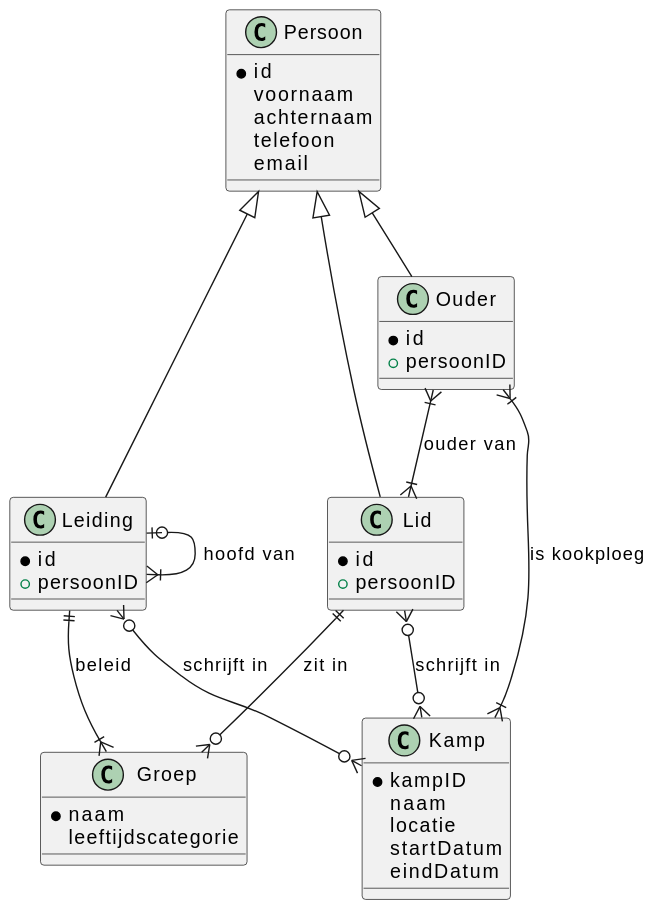
Earlier version of the PlantUML export images/response.svg (matteovdr/frontendweb-2526-mateo-kobe).
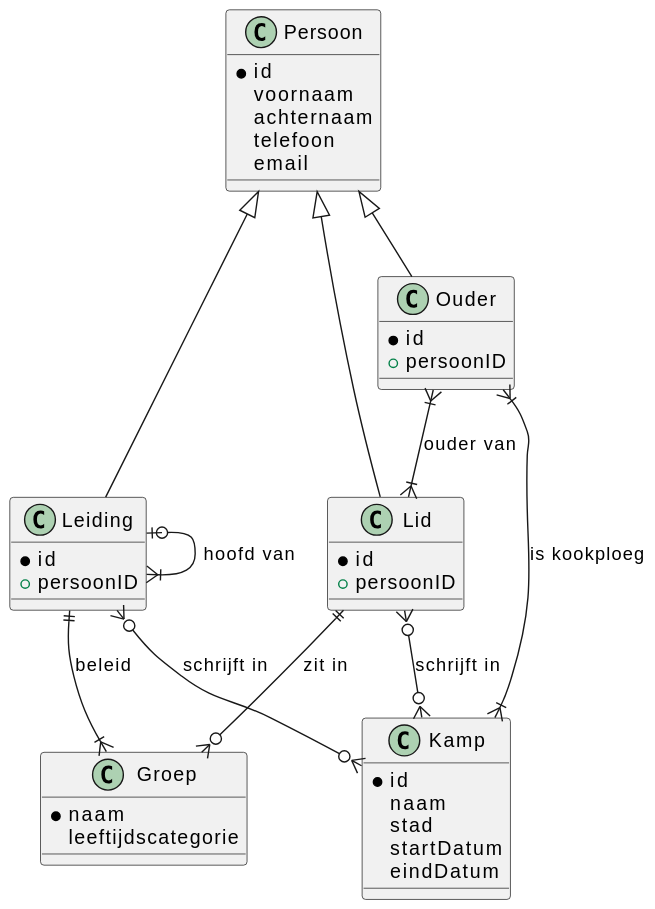
After the change.

Commit message:
kampen service toegevoegd en erd een beetje aangepast

Change to the diagram source:
```diff
@@ -27,9 +27,9 @@
 }
 
 class Kamp {
-    *kampID
+    *id
     naam
-    locatie
+    stad
     startDatum
     eindDatum
 }
```
